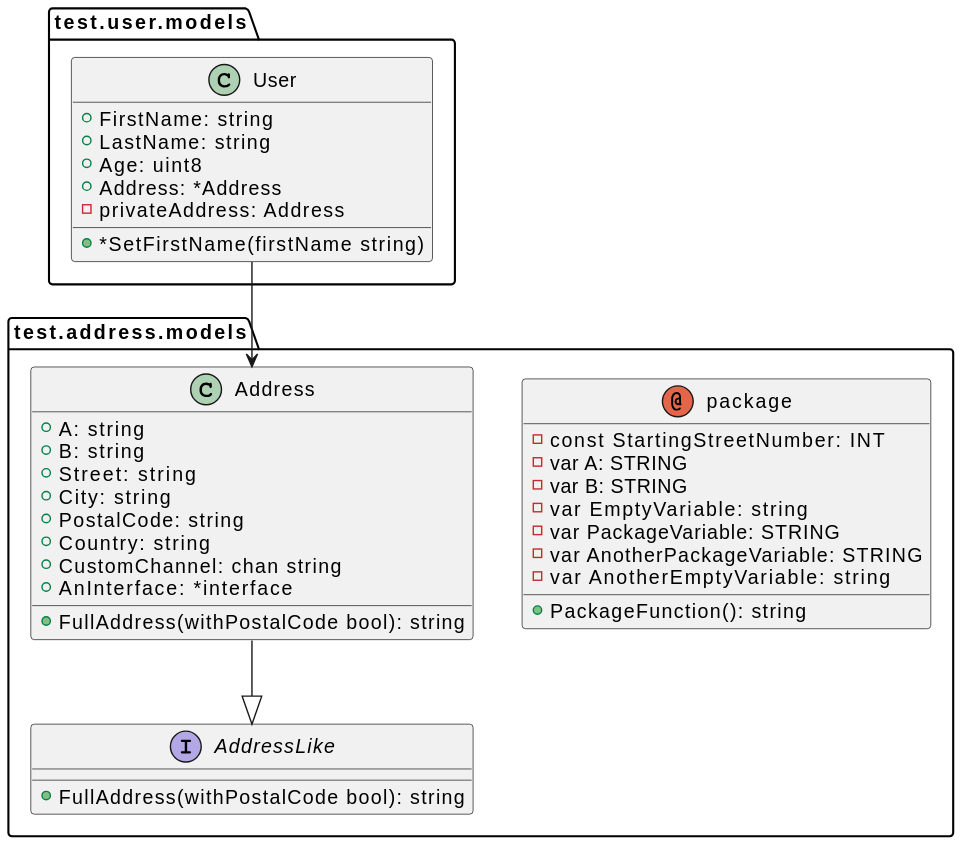
bykof/go-plantuml keeps this PlantUML diagram as docs/assets/graph.svg. Above is the earlier version.
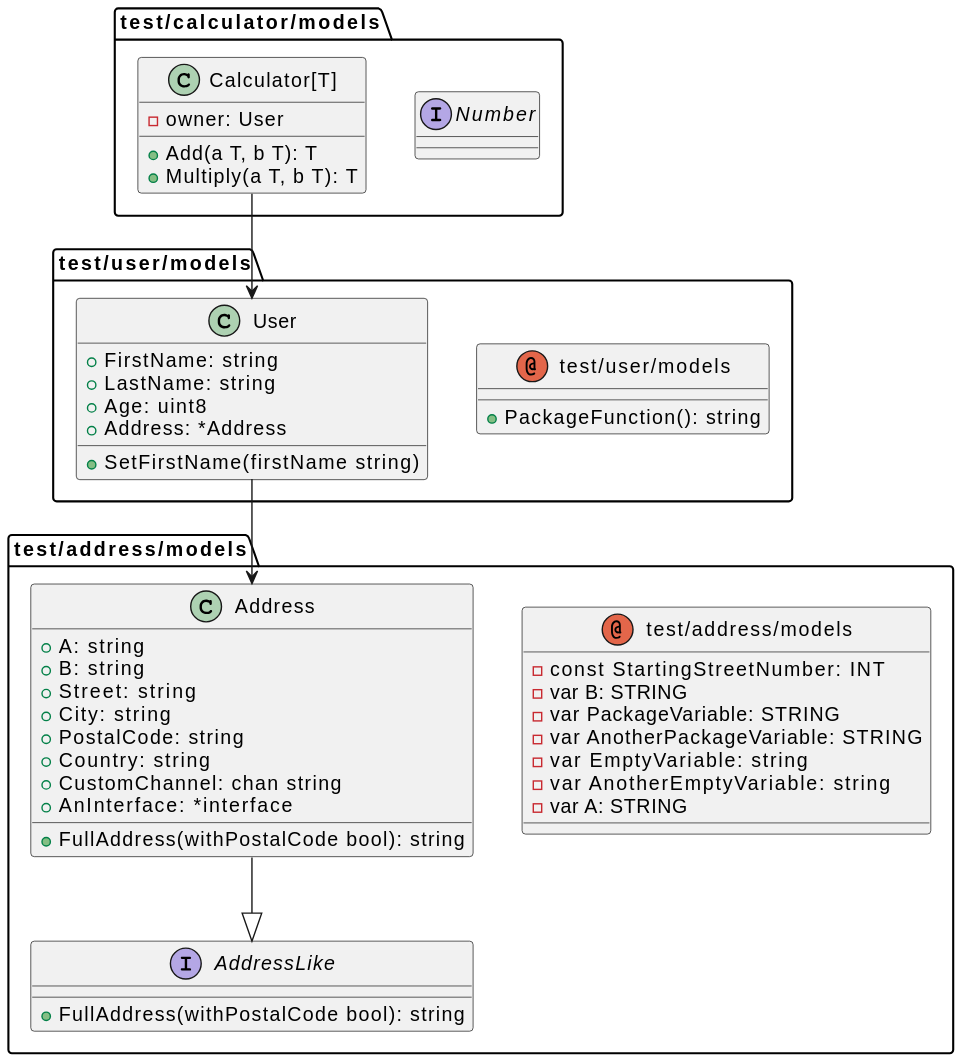
After the commit.

Commit message:
Update svg with Generics example

The edit, as a diff of the source:
```diff
@@ -1,13 +1,13 @@
 @startuml
-package test.address.models{
-annotation package {
+package test/address/models{
+annotation test/address/models {
 -const StartingStreetNumber: INT
--var A: STRING
 -var B: STRING
--var EmptyVariable: string
 -var PackageVariable: STRING
 -var AnotherPackageVariable: STRING
+-var EmptyVariable: string
 -var AnotherEmptyVariable: string
+-var A: STRING
 
 }
 interface AddressLike{
@@ -25,22 +25,31 @@
 +FullAddress(withPostalCode bool): string
 }
 }
-package test.user.models{
-annotation package {
+package test/calculator/models{
+interface Number{
+
+}
+class Calculator[T] {
+-owner: User
++Add(a T, b T): T
++Multiply(a T, b T): T
+}
+}
+package test/user/models{
+annotation test/user/models {
 
 
 +PackageFunction(): string
 }
-
 class User {
 +FirstName: string
 +LastName: string
 +Age: uint8
 +Address: *Address
--privateAddress: Address
-+*SetFirstName(firstName string)
++SetFirstName(firstName string)
 }
 }
-User --> Address
-Address --|> AddressLike
+"User" --> "Address"
+"Calculator[T]" --> "User"
+"Address" --|> "AddressLike"
 @enduml
```
